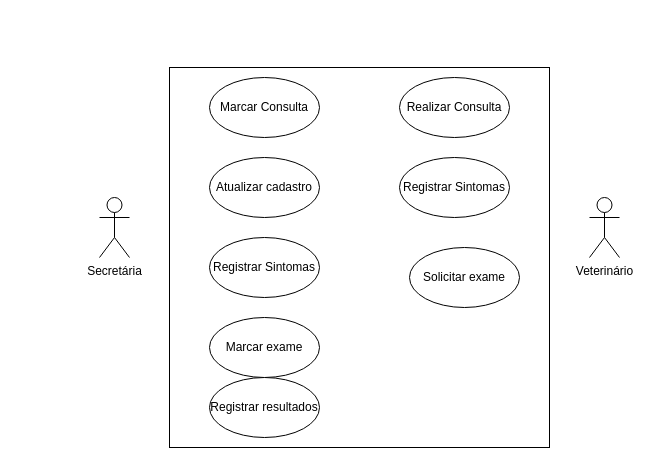
This is ClinicaVeterinaria.drawio from arthurvignati/softwareEngineering, a draw.io file, before an edit. Source tidied: cells renumbered, new cells numbered last; positions are measured from the earlier drawing's top-left corner, leaving out a move shared by most shapes. Both pictures are drawn from the tidied source at 100%, with x=0, y=0 at pixel (99, 67).
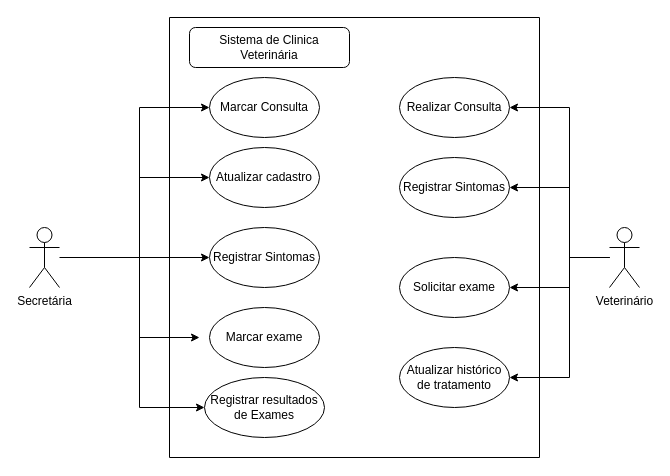
After the change.

Unchanged cells that the change refers to:
```xml
<mxCell id="5" value="Marcar Consulta" style="ellipse;whiteSpace=wrap;html=1;" parent="1" vertex="1">
  <mxGeometry x="110" y="10" width="110" height="60" as="geometry" />
</mxCell>
<mxCell id="6" value="Realizar Consulta" style="ellipse;whiteSpace=wrap;html=1;" parent="1" vertex="1">
  <mxGeometry x="300" y="10" width="110" height="60" as="geometry" />
</mxCell>
<mxCell id="11" value="Registrar Sintomas" style="ellipse;whiteSpace=wrap;html=1;" parent="1" vertex="1">
  <mxGeometry x="300" y="90" width="110" height="60" as="geometry" />
</mxCell>
```

What changed in the source:
```diff
@@
+    <mxCell id="13" style="edgeStyle=orthogonalEdgeStyle;rounded=0;jettySize=auto;html=1;entryX=0;entryY=0.5;entryDx=0;entryDy=0;" parent="1" edge="1" target="5">
+      <mxGeometry relative="1" as="geometry">
+        <mxPoint x="-40" y="190" as="sourcePoint" />
+        <Array as="points">
+          <mxPoint x="-10" y="190" />
+          <mxPoint x="40" y="190" />
+          <mxPoint x="40" y="40" />
+        </Array>
+      </mxGeometry>
+    </mxCell>
+    <mxCell id="14" style="edgeStyle=orthogonalEdgeStyle;rounded=0;jettySize=auto;html=1;" parent="1" edge="1" target="9">
+      <mxGeometry relative="1" as="geometry">
+        <mxPoint x="-10" y="190" as="sourcePoint" />
+        <Array as="points">
+          <mxPoint x="40" y="190" />
+          <mxPoint x="40" y="110" />
+        </Array>
+      </mxGeometry>
+    </mxCell>
+    <mxCell id="15" style="edgeStyle=orthogonalEdgeStyle;rounded=0;jettySize=auto;html=1;entryX=0;entryY=0.5;entryDx=0;entryDy=0;" parent="1" edge="1" target="7">
+      <mxGeometry relative="1" as="geometry">
+        <mxPoint x="-20" y="190" as="sourcePoint" />
+        <Array as="points">
+          <mxPoint x="20" y="190" />
+          <mxPoint x="20" y="190" />
+        </Array>
+      </mxGeometry>
+    </mxCell>
+    <mxCell id="16" style="edgeStyle=orthogonalEdgeStyle;rounded=0;orthogonalLoop=1;jettySize=auto;html=1;entryX=0;entryY=0.5;entryDx=0;entryDy=0;" parent="1" edge="1">
+      <mxGeometry relative="1" as="geometry">
+        <mxPoint x="-30" y="190" as="sourcePoint" />
+        <mxPoint x="100" y="270" as="targetPoint" />
+        <Array as="points">
+          <mxPoint x="-20" y="190" />
+          <mxPoint x="40" y="190" />
+          <mxPoint x="40" y="270" />
+        </Array>
+      </mxGeometry>
+    </mxCell>
+    <mxCell id="17" style="edgeStyle=orthogonalEdgeStyle;rounded=0;jettySize=auto;html=1;entryX=0;entryY=0.5;entryDx=0;entryDy=0;" parent="1" edge="1" target="10">
+      <mxGeometry relative="1" as="geometry">
+        <mxPoint x="-30" y="190" as="sourcePoint" />
+        <Array as="points">
+          <mxPoint x="40" y="190" />
+          <mxPoint x="40" y="340" />
+        </Array>
+      </mxGeometry>
+    </mxCell>
     <mxCell id="2" value="Secretária" style="shape=umlActor;verticalLabelPosition=bottom;verticalAlign=top;html=1;" parent="1" vertex="1">
-      <mxGeometry y="130" width="30" height="60" as="geometry" />
+      <mxGeometry x="-70" y="160" width="30" height="60" as="geometry" />
     </mxCell>
+    <mxCell id="18" style="edgeStyle=orthogonalEdgeStyle;rounded=0;jettySize=auto;html=1;entryX=1;entryY=0.5;entryDx=0;entryDy=0;" parent="1" edge="1" source="3" target="6">
+      <mxGeometry relative="1" as="geometry">
+        <Array as="points">
+          <mxPoint x="470" y="190" />
+          <mxPoint x="470" y="40" />
+        </Array>
+      </mxGeometry>
+    </mxCell>
+    <mxCell id="19" style="edgeStyle=orthogonalEdgeStyle;rounded=0;jettySize=auto;html=1;entryX=1;entryY=0.5;entryDx=0;entryDy=0;" parent="1" edge="1" source="3" target="11">
+      <mxGeometry relative="1" as="geometry">
+        <Array as="points">
+          <mxPoint x="470" y="190" />
+          <mxPoint x="470" y="120" />
+        </Array>
+      </mxGeometry>
+    </mxCell>
+    <mxCell id="20" style="edgeStyle=orthogonalEdgeStyle;rounded=0;jettySize=auto;html=1;entryX=1;entryY=0.5;entryDx=0;entryDy=0;" parent="1" edge="1" source="3" target="12">
+      <mxGeometry relative="1" as="geometry">
+        <Array as="points">
+          <mxPoint x="470" y="190" />
+          <mxPoint x="470" y="220" />
+        </Array>
+      </mxGeometry>
+    </mxCell>
+    <mxCell id="21" style="edgeStyle=orthogonalEdgeStyle;rounded=0;jettySize=auto;html=1;entryX=1;entryY=0.5;entryDx=0;entryDy=0;" parent="1" edge="1" source="3" target="22">
+      <mxGeometry relative="1" as="geometry">
+        <Array as="points">
+          <mxPoint x="470" y="190" />
+          <mxPoint x="470" y="310" />
+        </Array>
+      </mxGeometry>
+    </mxCell>
     <mxCell id="3" value="Veterinário" style="shape=umlActor;verticalLabelPosition=bottom;verticalAlign=top;html=1;outlineConnect=0;" parent="1" vertex="1">
-      <mxGeometry x="490" y="130" width="30" height="60" as="geometry" />
+      <mxGeometry x="510" y="160" width="30" height="60" as="geometry" />
     </mxCell>
-    <mxCell id="4" style="whiteSpace=wrap;html=1;" parent="1" vertex="1">
-      <mxGeometry x="70" width="380" height="380" as="geometry" />
-    </mxCell>
@@
     <mxCell id="7" value="Registrar Sintomas" style="ellipse;whiteSpace=wrap;html=1;" parent="1" vertex="1">
-      <mxGeometry x="110" y="170" width="110" height="60" as="geometry" />
+      <mxGeometry x="110" y="160" width="110" height="60" as="geometry" />
     </mxCell>
     <mxCell id="8" value="Marcar exame" style="ellipse;whiteSpace=wrap;html=1;" parent="1" vertex="1">
-      <mxGeometry x="110" y="250" width="110" height="60" as="geometry" />
+      <mxGeometry x="110" y="240" width="110" height="60" as="geometry" />
     </mxCell>
     <mxCell id="9" value="Atualizar cadastro" style="ellipse;whiteSpace=wrap;html=1;" parent="1" vertex="1">
-      <mxGeometry x="110" y="90" width="110" height="60" as="geometry" />
+      <mxGeometry x="110" y="80" width="110" height="60" as="geometry" />
     </mxCell>
-    <mxCell id="10" value="Registrar resultados" style="ellipse;whiteSpace=wrap;html=1;" parent="1" vertex="1">
-      <mxGeometry x="110" y="310" width="110" height="60" as="geometry" />
+    <mxCell id="10" value="Registrar resultados de Exames" style="ellipse;whiteSpace=wrap;html=1;" parent="1" vertex="1">
+      <mxGeometry x="105" y="310" width="120" height="60" as="geometry" />
     </mxCell>
@@
     <mxCell id="12" value="Solicitar exame" style="ellipse;whiteSpace=wrap;html=1;" parent="1" vertex="1">
-      <mxGeometry x="310" y="180" width="110" height="60" as="geometry" />
+      <mxGeometry x="300" y="190" width="110" height="60" as="geometry" />
     </mxCell>
+    <mxCell id="22" value="Atualizar histórico de tratamento" style="ellipse;whiteSpace=wrap;html=1;" parent="1" vertex="1">
+      <mxGeometry x="300" y="280" width="110" height="60" as="geometry" />
+    </mxCell>
+    <mxCell id="23" style="endArrow=none;html=1;rounded=0;" parent="1" edge="1">
+      <mxGeometry relative="1" as="geometry">
+        <mxPoint x="70" y="390" as="sourcePoint" />
+        <mxPoint x="70" y="-50" as="targetPoint" />
+      </mxGeometry>
+    </mxCell>
+    <mxCell id="24" style="endArrow=none;html=1;rounded=0;" parent="1" edge="1">
+      <mxGeometry relative="1" as="geometry">
+        <mxPoint x="440" y="390" as="sourcePoint" />
+        <mxPoint x="440" y="-50" as="targetPoint" />
+      </mxGeometry>
+    </mxCell>
+    <mxCell id="25" style="endArrow=none;html=1;rounded=0;" parent="1" edge="1">
+      <mxGeometry relative="1" as="geometry">
+        <mxPoint x="440" y="390" as="sourcePoint" />
+        <mxPoint x="70" y="390" as="targetPoint" />
+      </mxGeometry>
+    </mxCell>
+    <mxCell id="26" style="endArrow=none;html=1;rounded=0;" parent="1" edge="1">
+      <mxGeometry relative="1" as="geometry">
+        <mxPoint x="440" y="-50" as="sourcePoint" />
+        <mxPoint x="70" y="-50" as="targetPoint" />
+      </mxGeometry>
+    </mxCell>
+    <mxCell id="27" value="Sistema de Clinica Veterinária" style="rounded=1;whiteSpace=wrap;html=1;" parent="1" vertex="1">
+      <mxGeometry x="90" y="-40" width="160" height="40" as="geometry" />
+    </mxCell>
```
